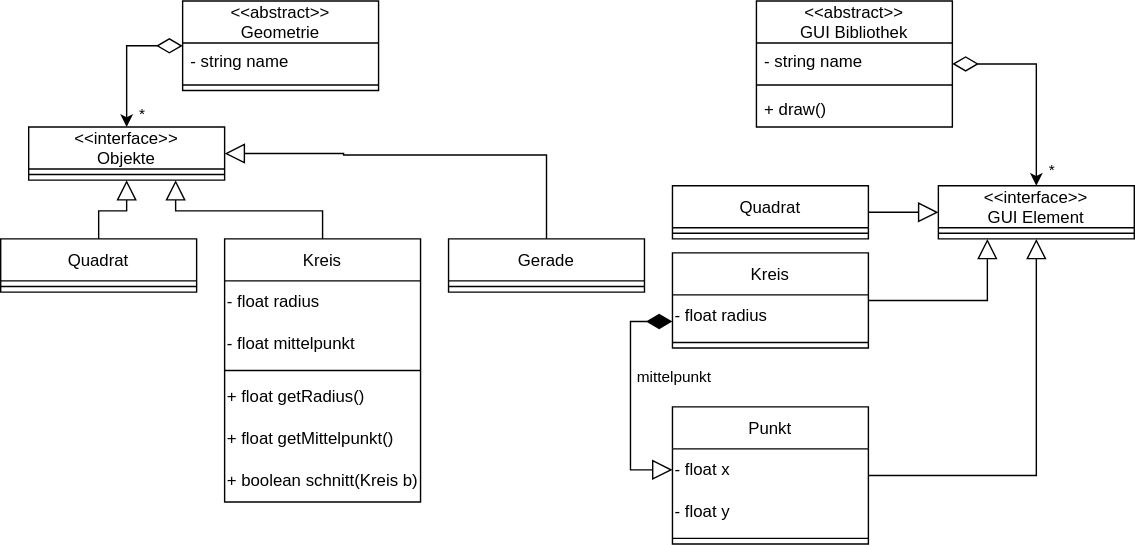
Before: public/teaching-assets/es/ws19/A2.svg, a diagram exported from draw.io (htwr-aachen/htwr-aachen.de). Source tidied: cells renumbered, new cells last; positions are measured from the earlier drawing's top-left corner, leaving out a move shared by most shapes. Source of this version:
```xml
<mxGraphModel>
  <root>
    <mxCell id="0" />
    <mxCell id="1" parent="0" />
    <mxCell id="2" style="edgeStyle=orthogonalEdgeStyle;rounded=0;jettySize=auto;html=1;entryX=0.5;entryY=0;entryDx=0;entryDy=0;strokeColor=#000000;strokeWidth=1;fontColor=#000000;endArrow=classic;endFill=1;startArrow=diamondThin;startFill=0;endSize=6;startSize=16;" parent="1" edge="1" source="4" target="7">
      <mxGeometry relative="1" as="geometry">
        <Array as="points">
          <mxPoint x="90" y="32" />
        </Array>
      </mxGeometry>
    </mxCell>
    <mxCell id="3" value="*" style="edgeLabel;html=1;align=center;verticalAlign=middle;fontColor=#000000;" parent="2" vertex="1">
      <mxGeometry x="0.58" y="-1" relative="1" as="geometry">
        <mxPoint x="11" y="10" as="offset" />
      </mxGeometry>
    </mxCell>
    <mxCell id="4" value="&lt;&lt;abstract&gt;&gt;&#10;Geometrie" style="swimlane;fontStyle=0;horizontal=1;startSize=30;fillColor=none;strokeColor=#000000;fontColor=#000000;" parent="1" vertex="1">
      <mxGeometry x="130" width="140" height="64" as="geometry" />
    </mxCell>
    <mxCell id="5" value="- string name" style="text;strokeColor=none;fillColor=none;align=left;verticalAlign=top;spacingLeft=4;spacingRight=4;overflow=hidden;fontColor=#000000;" parent="4" vertex="1">
      <mxGeometry y="30" width="140" height="26" as="geometry" />
    </mxCell>
    <mxCell id="6" style="line;strokeWidth=1;fillColor=none;align=left;verticalAlign=middle;spacingTop=-1;spacingLeft=3;spacingRight=3;labelPosition=right;strokeColor=inherit;fontColor=#000000;" parent="4" vertex="1">
      <mxGeometry y="56" width="140" height="8" as="geometry" />
    </mxCell>
    <mxCell id="7" value="&lt;&lt;interface&gt;&gt;&#10;Objekte" style="swimlane;fontStyle=0;horizontal=1;startSize=30;fillColor=none;strokeColor=#000000;fontColor=#000000;" parent="1" vertex="1">
      <mxGeometry x="20" y="90" width="140" height="38" as="geometry" />
    </mxCell>
    <mxCell id="8" style="line;strokeWidth=1;fillColor=none;align=left;verticalAlign=middle;spacingTop=-1;spacingLeft=3;spacingRight=3;labelPosition=right;strokeColor=inherit;fontColor=#000000;" parent="7" vertex="1">
      <mxGeometry y="30" width="140" height="8" as="geometry" />
    </mxCell>
    <mxCell id="9" style="edgeStyle=orthogonalEdgeStyle;rounded=0;jettySize=auto;html=1;entryX=0.5;entryY=1;entryDx=0;entryDy=0;strokeColor=#000000;strokeWidth=1;fontColor=#000000;startArrow=none;startFill=0;endArrow=block;endFill=0;startSize=16;endSize=12;" parent="1" edge="1" source="10" target="7">
      <mxGeometry relative="1" as="geometry" />
    </mxCell>
    <mxCell id="10" value="Quadrat" style="swimlane;fontStyle=0;horizontal=1;startSize=30;fillColor=none;strokeColor=#000000;fontColor=#000000;" parent="1" vertex="1">
      <mxGeometry y="170" width="140" height="38" as="geometry" />
    </mxCell>
    <mxCell id="11" style="line;strokeWidth=1;fillColor=none;align=left;verticalAlign=middle;spacingTop=-1;spacingLeft=3;spacingRight=3;labelPosition=right;strokeColor=inherit;fontColor=#000000;" parent="10" vertex="1">
      <mxGeometry y="30" width="140" height="8" as="geometry" />
    </mxCell>
    <mxCell id="12" style="edgeStyle=orthogonalEdgeStyle;rounded=0;jettySize=auto;html=1;entryX=0.75;entryY=1;entryDx=0;entryDy=0;strokeColor=#000000;strokeWidth=1;fontColor=#000000;startArrow=none;startFill=0;endArrow=block;endFill=0;startSize=16;endSize=12;" parent="1" edge="1" source="13" target="7">
      <mxGeometry relative="1" as="geometry">
        <Array as="points">
          <mxPoint x="230" y="150" />
          <mxPoint x="125" y="150" />
        </Array>
      </mxGeometry>
    </mxCell>
    <mxCell id="13" value="Kreis" style="swimlane;fontStyle=0;horizontal=1;startSize=30;fillColor=none;strokeColor=#000000;fontColor=#000000;" parent="1" vertex="1">
      <mxGeometry x="160" y="170" width="140" height="188" as="geometry" />
    </mxCell>
    <mxCell id="14" value="- float radius" style="text;html=1;strokeColor=none;fillColor=none;align=left;verticalAlign=middle;whiteSpace=wrap;rounded=0;fontColor=#000000;" parent="13" vertex="1">
      <mxGeometry y="30" width="140" height="30" as="geometry" />
    </mxCell>
    <mxCell id="15" value="- float mittelpunkt" style="text;html=1;strokeColor=none;fillColor=none;align=left;verticalAlign=middle;whiteSpace=wrap;rounded=0;fontColor=#000000;" parent="13" vertex="1">
      <mxGeometry y="60" width="140" height="30" as="geometry" />
    </mxCell>
    <mxCell id="16" style="line;strokeWidth=1;fillColor=none;align=left;verticalAlign=middle;spacingTop=-1;spacingLeft=3;spacingRight=3;labelPosition=right;strokeColor=inherit;fontColor=#000000;" parent="13" vertex="1">
      <mxGeometry y="90" width="140" height="8" as="geometry" />
    </mxCell>
    <mxCell id="17" value="+ float getRadius()" style="text;html=1;strokeColor=none;fillColor=none;align=left;verticalAlign=middle;whiteSpace=wrap;rounded=0;fontColor=#000000;" parent="13" vertex="1">
      <mxGeometry y="98" width="140" height="30" as="geometry" />
    </mxCell>
    <mxCell id="18" value="+ float getMittelpunkt()" style="text;html=1;strokeColor=none;fillColor=none;align=left;verticalAlign=middle;whiteSpace=wrap;rounded=0;fontColor=#000000;" parent="13" vertex="1">
      <mxGeometry y="128" width="140" height="30" as="geometry" />
    </mxCell>
    <mxCell id="19" value="+ boolean schnitt(Kreis b)" style="text;html=1;strokeColor=none;fillColor=none;align=left;verticalAlign=middle;whiteSpace=wrap;rounded=0;fontColor=#000000;" parent="13" vertex="1">
      <mxGeometry y="158" width="140" height="30" as="geometry" />
    </mxCell>
    <mxCell id="20" style="edgeStyle=orthogonalEdgeStyle;rounded=0;jettySize=auto;html=1;entryX=1;entryY=0.5;entryDx=0;entryDy=0;strokeColor=#000000;strokeWidth=1;fontColor=#000000;startArrow=none;startFill=0;endArrow=block;endFill=0;startSize=16;endSize=12;" parent="1" edge="1" source="21" target="7">
      <mxGeometry relative="1" as="geometry">
        <Array as="points">
          <mxPoint x="390" y="110" />
          <mxPoint x="245" y="110" />
        </Array>
      </mxGeometry>
    </mxCell>
    <mxCell id="21" value="Gerade" style="swimlane;fontStyle=0;horizontal=1;startSize=30;fillColor=none;strokeColor=#000000;fontColor=#000000;" parent="1" vertex="1">
      <mxGeometry x="320" y="170" width="140" height="38" as="geometry" />
    </mxCell>
    <mxCell id="22" style="line;strokeWidth=1;fillColor=none;align=left;verticalAlign=middle;spacingTop=-1;spacingLeft=3;spacingRight=3;labelPosition=right;strokeColor=inherit;fontColor=#000000;" parent="21" vertex="1">
      <mxGeometry y="30" width="140" height="8" as="geometry" />
    </mxCell>
    <mxCell id="23" style="edgeStyle=orthogonalEdgeStyle;rounded=0;jettySize=auto;html=1;entryX=0.5;entryY=0;entryDx=0;entryDy=0;strokeColor=#000000;strokeWidth=1;fontColor=#000000;startArrow=diamondThin;startFill=0;endArrow=classic;endFill=1;startSize=16;endSize=6;" parent="1" edge="1" source="25" target="43">
      <mxGeometry relative="1" as="geometry">
        <Array as="points">
          <mxPoint x="740" y="45" />
        </Array>
      </mxGeometry>
    </mxCell>
    <mxCell id="24" value="*" style="edgeLabel;html=1;align=center;verticalAlign=middle;fontColor=#000000;" parent="23" vertex="1">
      <mxGeometry x="0.84" y="-1" relative="1" as="geometry">
        <mxPoint x="11" as="offset" />
      </mxGeometry>
    </mxCell>
    <mxCell id="25" value="&lt;&lt;abstract&gt;&gt;&#10;GUI Bibliothek" style="swimlane;fontStyle=0;horizontal=1;startSize=30;fillColor=none;strokeColor=#000000;fontColor=#000000;" parent="1" vertex="1">
      <mxGeometry x="540" width="140" height="90" as="geometry" />
    </mxCell>
    <mxCell id="26" value="- string name" style="text;strokeColor=none;fillColor=none;align=left;verticalAlign=top;spacingLeft=4;spacingRight=4;overflow=hidden;fontColor=#000000;" parent="25" vertex="1">
      <mxGeometry y="30" width="140" height="26" as="geometry" />
    </mxCell>
    <mxCell id="27" style="line;strokeWidth=1;fillColor=none;align=left;verticalAlign=middle;spacingTop=-1;spacingLeft=3;spacingRight=3;labelPosition=right;strokeColor=inherit;fontColor=#000000;" parent="25" vertex="1">
      <mxGeometry y="56" width="140" height="8" as="geometry" />
    </mxCell>
    <mxCell id="28" value="+ draw()" style="text;strokeColor=none;fillColor=none;align=left;verticalAlign=top;spacingLeft=4;spacingRight=4;overflow=hidden;fontColor=#000000;" parent="25" vertex="1">
      <mxGeometry y="64" width="140" height="26" as="geometry" />
    </mxCell>
    <mxCell id="29" style="edgeStyle=orthogonalEdgeStyle;rounded=0;jettySize=auto;html=1;entryX=0;entryY=0.5;entryDx=0;entryDy=0;strokeColor=#000000;strokeWidth=1;fontColor=#000000;startArrow=none;startFill=0;endArrow=block;endFill=0;startSize=16;endSize=12;" parent="1" edge="1" source="30" target="43">
      <mxGeometry relative="1" as="geometry" />
    </mxCell>
    <mxCell id="30" value="Quadrat" style="swimlane;fontStyle=0;horizontal=1;startSize=30;fillColor=none;strokeColor=#000000;fontColor=#000000;" parent="1" vertex="1">
      <mxGeometry x="480" y="132" width="140" height="38" as="geometry" />
    </mxCell>
    <mxCell id="31" style="line;strokeWidth=1;fillColor=none;align=left;verticalAlign=middle;spacingTop=-1;spacingLeft=3;spacingRight=3;labelPosition=right;strokeColor=inherit;fontColor=#000000;" parent="30" vertex="1">
      <mxGeometry y="30" width="140" height="8" as="geometry" />
    </mxCell>
    <mxCell id="32" style="edgeStyle=orthogonalEdgeStyle;rounded=0;jettySize=auto;html=1;entryX=0;entryY=0.5;entryDx=0;entryDy=0;strokeColor=#000000;strokeWidth=1;fontColor=#000000;startArrow=diamondThin;startFill=1;endArrow=block;endFill=0;startSize=16;endSize=12;" parent="1" edge="1" source="35" target="40">
      <mxGeometry relative="1" as="geometry">
        <Array as="points">
          <mxPoint x="450" y="229" />
          <mxPoint x="450" y="335" />
        </Array>
      </mxGeometry>
    </mxCell>
    <mxCell id="33" value="mittelpunkt" style="edgeLabel;html=1;align=center;verticalAlign=middle;fontColor=#000000;" parent="32" vertex="1">
      <mxGeometry x="-0.24" y="-2" relative="1" as="geometry">
        <mxPoint x="32" y="6" as="offset" />
      </mxGeometry>
    </mxCell>
    <mxCell id="34" style="edgeStyle=orthogonalEdgeStyle;rounded=0;jettySize=auto;html=1;entryX=0.25;entryY=1;entryDx=0;entryDy=0;strokeColor=#000000;strokeWidth=1;fontColor=#000000;startArrow=none;startFill=0;endArrow=block;endFill=0;startSize=16;endSize=12;" parent="1" edge="1" source="35" target="43">
      <mxGeometry relative="1" as="geometry" />
    </mxCell>
    <mxCell id="35" value="Kreis" style="swimlane;fontStyle=0;horizontal=1;startSize=30;fillColor=none;strokeColor=#000000;fontColor=#000000;" parent="1" vertex="1">
      <mxGeometry x="480" y="180" width="140" height="68" as="geometry" />
    </mxCell>
    <mxCell id="36" value="- float radius" style="text;html=1;strokeColor=none;fillColor=none;align=left;verticalAlign=middle;whiteSpace=wrap;rounded=0;fontColor=#000000;" parent="35" vertex="1">
      <mxGeometry y="30" width="140" height="30" as="geometry" />
    </mxCell>
    <mxCell id="37" style="line;strokeWidth=1;fillColor=none;align=left;verticalAlign=middle;spacingTop=-1;spacingLeft=3;spacingRight=3;labelPosition=right;strokeColor=inherit;fontColor=#000000;" parent="35" vertex="1">
      <mxGeometry y="60" width="140" height="8" as="geometry" />
    </mxCell>
    <mxCell id="38" style="edgeStyle=orthogonalEdgeStyle;rounded=0;jettySize=auto;html=1;entryX=0.5;entryY=1;entryDx=0;entryDy=0;strokeColor=#000000;strokeWidth=1;fontColor=#000000;startArrow=none;startFill=0;endArrow=block;endFill=0;startSize=16;endSize=12;" parent="1" edge="1" source="39" target="43">
      <mxGeometry relative="1" as="geometry" />
    </mxCell>
    <mxCell id="39" value="Punkt" style="swimlane;fontStyle=0;horizontal=1;startSize=30;fillColor=none;strokeColor=#000000;fontColor=#000000;" parent="1" vertex="1">
      <mxGeometry x="480" y="290" width="140" height="98" as="geometry" />
    </mxCell>
    <mxCell id="40" value="- float x" style="text;html=1;strokeColor=none;fillColor=none;align=left;verticalAlign=middle;whiteSpace=wrap;rounded=0;fontColor=#000000;" parent="39" vertex="1">
      <mxGeometry y="30" width="140" height="30" as="geometry" />
    </mxCell>
    <mxCell id="41" value="- float y" style="text;html=1;strokeColor=none;fillColor=none;align=left;verticalAlign=middle;whiteSpace=wrap;rounded=0;fontColor=#000000;" parent="39" vertex="1">
      <mxGeometry y="60" width="140" height="30" as="geometry" />
    </mxCell>
    <mxCell id="42" style="line;strokeWidth=1;fillColor=none;align=left;verticalAlign=middle;spacingTop=-1;spacingLeft=3;spacingRight=3;labelPosition=right;strokeColor=inherit;fontColor=#000000;" parent="39" vertex="1">
      <mxGeometry y="90" width="140" height="8" as="geometry" />
    </mxCell>
    <mxCell id="43" value="&lt;&lt;interface&gt;&gt;&#10;GUI Element" style="swimlane;fontStyle=0;horizontal=1;startSize=30;fillColor=none;strokeColor=#000000;fontColor=#000000;" parent="1" vertex="1">
      <mxGeometry x="670" y="132" width="140" height="38" as="geometry" />
    </mxCell>
    <mxCell id="44" style="line;strokeWidth=1;fillColor=none;align=left;verticalAlign=middle;spacingTop=-1;spacingLeft=3;spacingRight=3;labelPosition=right;strokeColor=inherit;fontColor=#000000;" parent="43" vertex="1">
      <mxGeometry y="30" width="140" height="8" as="geometry" />
    </mxCell>
  </root>
</mxGraphModel>
```
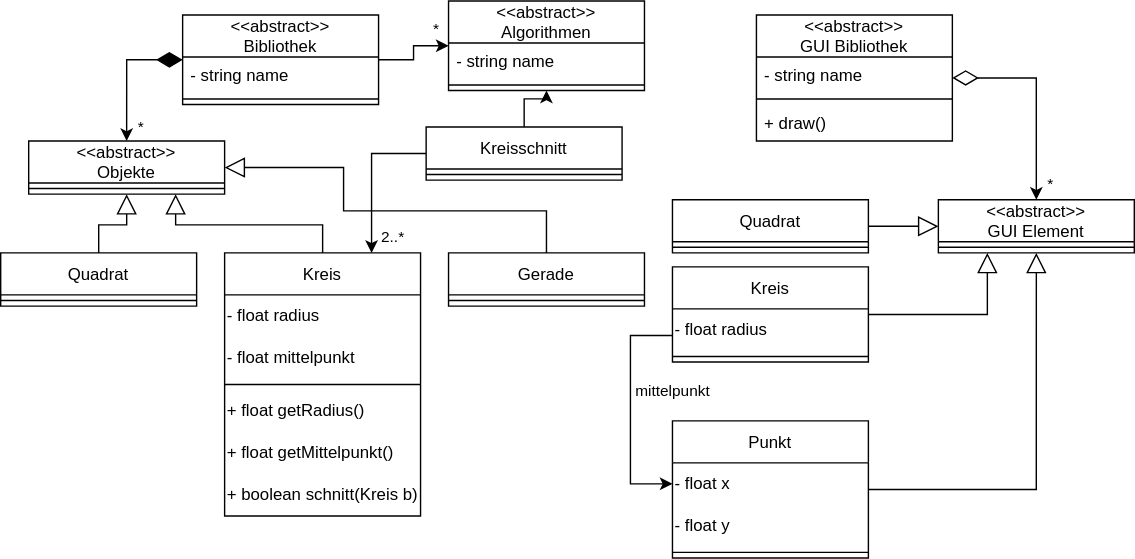
Above is the later version.

Change to the diagram source:
```diff
@@ -2,7 +2,7 @@
   <root>
     <mxCell id="0" />
     <mxCell id="1" parent="0" />
-    <mxCell id="2" style="edgeStyle=orthogonalEdgeStyle;rounded=0;jettySize=auto;html=1;entryX=0.5;entryY=0;entryDx=0;entryDy=0;strokeColor=#000000;strokeWidth=1;fontColor=#000000;endArrow=classic;endFill=1;startArrow=diamondThin;startFill=0;endSize=6;startSize=16;" parent="1" edge="1" source="4" target="7">
+    <mxCell id="2" style="edgeStyle=orthogonalEdgeStyle;rounded=0;jettySize=auto;html=1;entryX=0.5;entryY=0;entryDx=0;entryDy=0;strokeColor=#000000;strokeWidth=1;fontColor=#000000;endArrow=classic;endFill=1;startArrow=diamondThin;startFill=1;endSize=6;startSize=16;" parent="1" edge="1" source="4" target="7">
       <mxGeometry relative="1" as="geometry">
         <Array as="points">
           <mxPoint x="90" y="32" />
@@ -14,7 +14,15 @@
         <mxPoint x="11" y="10" as="offset" />
       </mxGeometry>
     </mxCell>
+    <mxCell id="45" style="edgeStyle=orthogonalEdgeStyle;rounded=0;jettySize=auto;html=1;startArrow=none;startFill=0;endArrow=classic;endFill=1;startSize=16;endSize=6;" parent="1" edge="1" source="4" target="47">
+      <mxGeometry relative="1" as="geometry" />
+    </mxCell>
+    <mxCell id="46" value="*" style="edgeLabel;html=1;align=center;verticalAlign=middle;" parent="45" vertex="1">
+      <mxGeometry x="0.69" y="1" relative="1" as="geometry">
+        <mxPoint y="-11" as="offset" />
+      </mxGeometry>
+    </mxCell>
-    <mxCell id="4" value="&lt;&lt;abstract&gt;&gt;&#10;Geometrie" style="swimlane;fontStyle=0;horizontal=1;startSize=30;fillColor=none;strokeColor=#000000;fontColor=#000000;" parent="1" vertex="1">
+    <mxCell id="4" value="&lt;&lt;abstract&gt;&gt;&#10;Bibliothek" style="swimlane;fontStyle=0;horizontal=1;startSize=30;fillColor=none;strokeColor=#000000;fontColor=#000000;" parent="1" vertex="1">
       <mxGeometry x="130" width="140" height="64" as="geometry" />
     </mxCell>
     <mxCell id="5" value="- string name" style="text;strokeColor=none;fillColor=none;align=left;verticalAlign=top;spacingLeft=4;spacingRight=4;overflow=hidden;fontColor=#000000;" parent="4" vertex="1">
@@ -23,7 +31,7 @@
     <mxCell id="6" style="line;strokeWidth=1;fillColor=none;align=left;verticalAlign=middle;spacingTop=-1;spacingLeft=3;spacingRight=3;labelPosition=right;strokeColor=inherit;fontColor=#000000;" parent="4" vertex="1">
       <mxGeometry y="56" width="140" height="8" as="geometry" />
     </mxCell>
-    <mxCell id="7" value="&lt;&lt;interface&gt;&gt;&#10;Objekte" style="swimlane;fontStyle=0;horizontal=1;startSize=30;fillColor=none;strokeColor=#000000;fontColor=#000000;" parent="1" vertex="1">
+    <mxCell id="7" value="&lt;&lt;abstract&gt;&gt;&#10;Objekte" style="swimlane;fontStyle=0;horizontal=1;startSize=30;fillColor=none;strokeColor=#000000;fontColor=#000000;" parent="1" vertex="1">
       <mxGeometry x="20" y="90" width="140" height="38" as="geometry" />
     </mxCell>
     <mxCell id="8" style="line;strokeWidth=1;fillColor=none;align=left;verticalAlign=middle;spacingTop=-1;spacingLeft=3;spacingRight=3;labelPosition=right;strokeColor=inherit;fontColor=#000000;" parent="7" vertex="1">
@@ -70,8 +78,9 @@
     <mxCell id="20" style="edgeStyle=orthogonalEdgeStyle;rounded=0;jettySize=auto;html=1;entryX=1;entryY=0.5;entryDx=0;entryDy=0;strokeColor=#000000;strokeWidth=1;fontColor=#000000;startArrow=none;startFill=0;endArrow=block;endFill=0;startSize=16;endSize=12;" parent="1" edge="1" source="21" target="7">
       <mxGeometry relative="1" as="geometry">
         <Array as="points">
-          <mxPoint x="390" y="110" />
-          <mxPoint x="245" y="110" />
+          <mxPoint x="390" y="140" />
+          <mxPoint x="245" y="140" />
+          <mxPoint x="245" y="109" />
         </Array>
       </mxGeometry>
     </mxCell>
@@ -114,7 +123,7 @@
     <mxCell id="31" style="line;strokeWidth=1;fillColor=none;align=left;verticalAlign=middle;spacingTop=-1;spacingLeft=3;spacingRight=3;labelPosition=right;strokeColor=inherit;fontColor=#000000;" parent="30" vertex="1">
       <mxGeometry y="30" width="140" height="8" as="geometry" />
     </mxCell>
-    <mxCell id="32" style="edgeStyle=orthogonalEdgeStyle;rounded=0;jettySize=auto;html=1;entryX=0;entryY=0.5;entryDx=0;entryDy=0;strokeColor=#000000;strokeWidth=1;fontColor=#000000;startArrow=diamondThin;startFill=1;endArrow=block;endFill=0;startSize=16;endSize=12;" parent="1" edge="1" source="35" target="40">
+    <mxCell id="32" style="edgeStyle=orthogonalEdgeStyle;rounded=0;jettySize=auto;html=1;entryX=0;entryY=0.5;entryDx=0;entryDy=0;strokeColor=#000000;strokeWidth=1;fontColor=#000000;startArrow=none;startFill=0;endArrow=classic;endFill=1;startSize=16;endSize=6;" parent="1" edge="1" source="35" target="40">
       <mxGeometry relative="1" as="geometry">
         <Array as="points">
           <mxPoint x="450" y="229" />
@@ -154,11 +163,37 @@
     <mxCell id="42" style="line;strokeWidth=1;fillColor=none;align=left;verticalAlign=middle;spacingTop=-1;spacingLeft=3;spacingRight=3;labelPosition=right;strokeColor=inherit;fontColor=#000000;" parent="39" vertex="1">
       <mxGeometry y="90" width="140" height="8" as="geometry" />
     </mxCell>
-    <mxCell id="43" value="&lt;&lt;interface&gt;&gt;&#10;GUI Element" style="swimlane;fontStyle=0;horizontal=1;startSize=30;fillColor=none;strokeColor=#000000;fontColor=#000000;" parent="1" vertex="1">
+    <mxCell id="43" value="&lt;&lt;abstract&gt;&gt;&#10;GUI Element" style="swimlane;fontStyle=0;horizontal=1;startSize=30;fillColor=none;strokeColor=#000000;fontColor=#000000;" parent="1" vertex="1">
       <mxGeometry x="670" y="132" width="140" height="38" as="geometry" />
     </mxCell>
     <mxCell id="44" style="line;strokeWidth=1;fillColor=none;align=left;verticalAlign=middle;spacingTop=-1;spacingLeft=3;spacingRight=3;labelPosition=right;strokeColor=inherit;fontColor=#000000;" parent="43" vertex="1">
       <mxGeometry y="30" width="140" height="8" as="geometry" />
     </mxCell>
+    <mxCell id="47" value="&lt;&lt;abstract&gt;&gt;&#10;Algorithmen" style="swimlane;fontStyle=0;horizontal=1;startSize=30;fillColor=none;strokeColor=#000000;fontColor=#000000;" parent="1" vertex="1">
+      <mxGeometry x="320" y="-10" width="140" height="64" as="geometry" />
+    </mxCell>
+    <mxCell id="48" value="- string name" style="text;strokeColor=none;fillColor=none;align=left;verticalAlign=top;spacingLeft=4;spacingRight=4;overflow=hidden;fontColor=#000000;" parent="47" vertex="1">
+      <mxGeometry y="30" width="140" height="26" as="geometry" />
+    </mxCell>
+    <mxCell id="49" style="line;strokeWidth=1;fillColor=none;align=left;verticalAlign=middle;spacingTop=-1;spacingLeft=3;spacingRight=3;labelPosition=right;strokeColor=inherit;fontColor=#000000;" parent="47" vertex="1">
+      <mxGeometry y="56" width="140" height="8" as="geometry" />
+    </mxCell>
+    <mxCell id="50" style="edgeStyle=orthogonalEdgeStyle;rounded=0;jettySize=auto;html=1;entryX=0.5;entryY=1;entryDx=0;entryDy=0;endArrow=classic;endFill=1;startSize=16;endSize=6;" parent="1" edge="1" source="53" target="47">
+      <mxGeometry relative="1" as="geometry" />
+    </mxCell>
+    <mxCell id="51" style="edgeStyle=orthogonalEdgeStyle;rounded=0;jettySize=auto;html=1;entryX=0.75;entryY=0;entryDx=0;entryDy=0;startArrow=none;startFill=0;endArrow=classic;endFill=1;startSize=16;endSize=6;" parent="1" edge="1" source="53" target="13">
+      <mxGeometry relative="1" as="geometry" />
+    </mxCell>
+    <mxCell id="52" value="2..*" style="edgeLabel;html=1;align=center;verticalAlign=middle;" parent="51" vertex="1">
+      <mxGeometry x="0.8" y="1" relative="1" as="geometry">
+        <mxPoint x="14" as="offset" />
+      </mxGeometry>
+    </mxCell>
+    <mxCell id="53" value="Kreisschnitt" style="swimlane;fontStyle=0;horizontal=1;startSize=30;fillColor=none;strokeColor=#000000;fontColor=#000000;" parent="1" vertex="1">
+      <mxGeometry x="304" y="80" width="140" height="38" as="geometry" />
+    </mxCell>
+    <mxCell id="54" style="line;strokeWidth=1;fillColor=none;align=left;verticalAlign=middle;spacingTop=-1;spacingLeft=3;spacingRight=3;labelPosition=right;strokeColor=inherit;fontColor=#000000;" parent="53" vertex="1">
+      <mxGeometry y="30" width="140" height="8" as="geometry" />
+    </mxCell>
   </root>
 </mxGraphModel>
```
